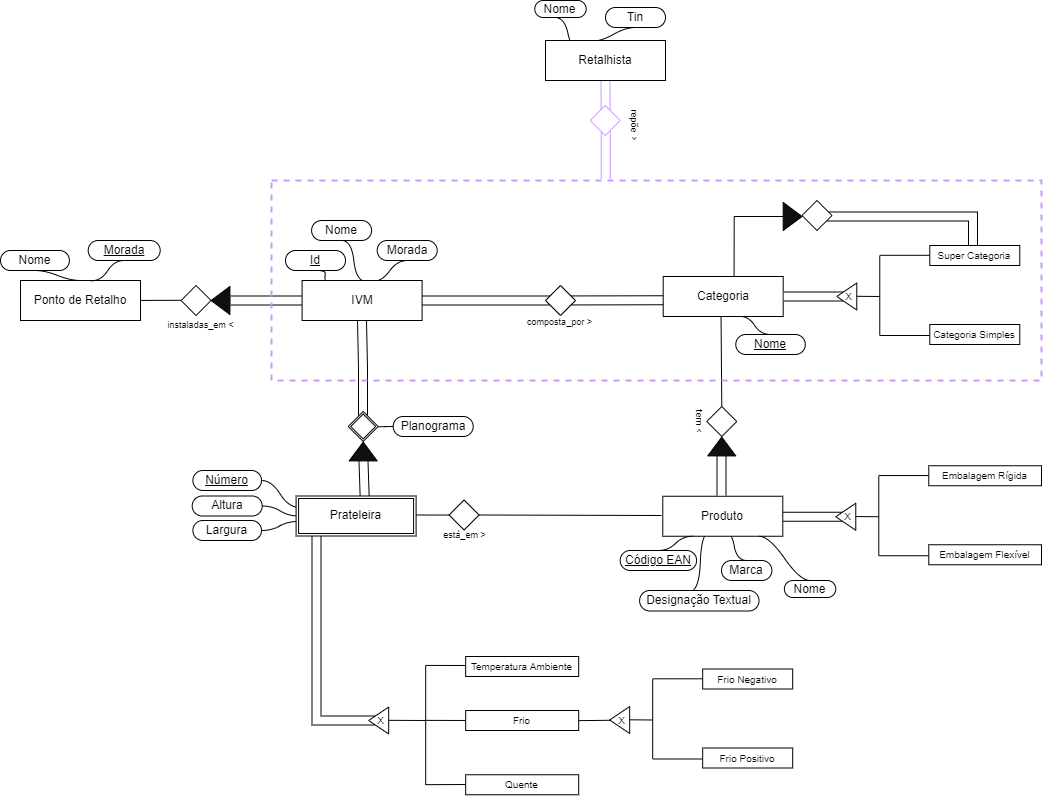
raquelfmcardoso/bd-2021-2022-project0102 keeps this draw.io diagram as Untitled Diagram.drawio.png. Above is the earlier version. Source tidied: cells renumbered, new cells last; positions are measured from the earlier drawing's top-left corner, leaving out a move shared by most shapes.
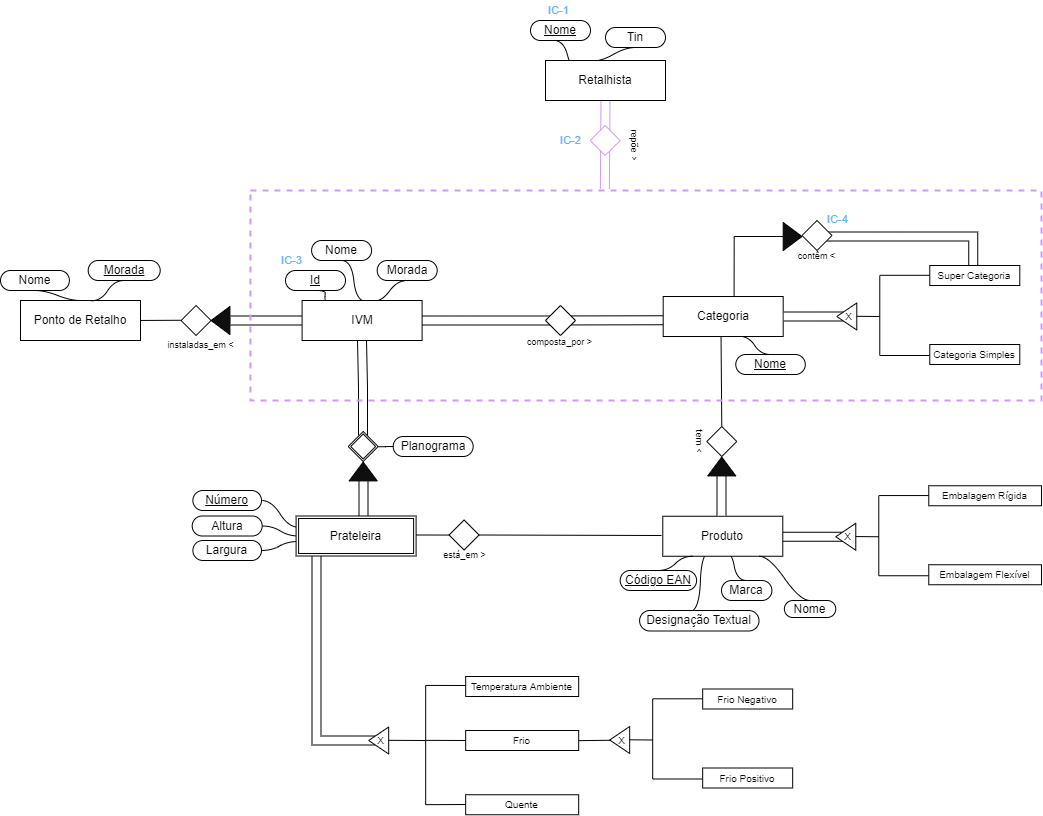
The same diagram one commit later.

Change to the diagram source:
```diff
@@ -2,8 +2,12 @@
   <root>
     <mxCell id="0" />
     <mxCell id="1" parent="0" />
-    <mxCell id="2" style="shape=filledEdge;rounded=0;fixDash=1;endArrow=none;strokeWidth=10;fillColor=#ffffff;edgeStyle=orthogonalEdgeStyle;fontFamily=Helvetica;fontSize=9;strokeColor=#CC99FF;entryX=0.5;entryY=1;entryDx=0;entryDy=0;exitX=0.434;exitY=-0.008;exitDx=0;exitDy=0;exitPerimeter=0;" parent="1" edge="1" source="105" target="104">
-      <mxGeometry relative="1" as="geometry" />
+    <mxCell id="2" style="shape=filledEdge;rounded=0;fixDash=1;endArrow=none;strokeWidth=10;fillColor=#ffffff;edgeStyle=orthogonalEdgeStyle;fontFamily=Helvetica;fontSize=9;strokeColor=#CC99FF;entryX=0.5;entryY=1;entryDx=0;entryDy=0;exitX=0.448;exitY=-0.007;exitDx=0;exitDy=0;exitPerimeter=0;" parent="1" edge="1" source="105" target="104">
+      <mxGeometry relative="1" as="geometry">
+        <Array as="points">
+          <mxPoint x="605" y="169" />
+        </Array>
+      </mxGeometry>
     </mxCell>
     <mxCell id="3" style="edgeStyle=entityRelationEdgeStyle;startArrow=none;endArrow=none;segment=10;curved=1;rounded=0;fontFamily=Helvetica;exitX=0.3;exitY=0.25;exitDx=0;exitDy=0;entryX=0.386;entryY=0.993;entryDx=0;entryDy=0;exitPerimeter=0;entryPerimeter=0;" parent="1" edge="1" source="104" target="106">
       <mxGeometry relative="1" as="geometry" />
@@ -421,10 +425,10 @@
       <mxGeometry x="545" y="40" width="120" height="40" as="geometry" />
     </mxCell>
     <mxCell id="105" style="rounded=0;whiteSpace=wrap;html=1;fontFamily=Helvetica;fontSize=9;fillColor=none;dashed=1;strokeColor=#CC99FF;strokeWidth=2;" parent="1" vertex="1">
-      <mxGeometry x="271" y="180" width="770" height="200" as="geometry" />
+      <mxGeometry x="250" y="170" width="791" height="210" as="geometry" />
     </mxCell>
-    <mxCell id="106" value="Nome" style="whiteSpace=wrap;html=1;rounded=1;arcSize=50;align=center;verticalAlign=middle;strokeWidth=1;spacing=4;newEdgeStyle={&quot;edgeStyle&quot;:&quot;entityRelationEdgeStyle&quot;,&quot;startArrow&quot;:&quot;none&quot;,&quot;endArrow&quot;:&quot;none&quot;,&quot;segment&quot;:10,&quot;curved&quot;:1};fontFamily=Helvetica;" parent="1" vertex="1" collapsed="1">
-      <mxGeometry x="534.3" width="51.4" height="17" as="geometry" />
+    <mxCell id="106" value="&lt;u&gt;Nome&lt;/u&gt;" style="whiteSpace=wrap;html=1;rounded=1;arcSize=50;align=center;verticalAlign=middle;strokeWidth=1;spacing=4;newEdgeStyle={&quot;edgeStyle&quot;:&quot;entityRelationEdgeStyle&quot;,&quot;startArrow&quot;:&quot;none&quot;,&quot;endArrow&quot;:&quot;none&quot;,&quot;segment&quot;:10,&quot;curved&quot;:1};fontFamily=Helvetica;" parent="1" vertex="1" collapsed="1">
+      <mxGeometry x="530" width="60" height="20" as="geometry" />
     </mxCell>
     <mxCell id="107" value="Tin" style="whiteSpace=wrap;html=1;rounded=1;arcSize=50;align=center;verticalAlign=middle;strokeWidth=1;spacing=4;newEdgeStyle={&quot;edgeStyle&quot;:&quot;entityRelationEdgeStyle&quot;,&quot;startArrow&quot;:&quot;none&quot;,&quot;endArrow&quot;:&quot;none&quot;,&quot;segment&quot;:10,&quot;curved&quot;:1};fontFamily=Helvetica;" parent="1" vertex="1" collapsed="1">
       <mxGeometry x="605" y="7" width="60" height="20" as="geometry" />
@@ -435,5 +439,20 @@
     <mxCell id="109" value="repõe &amp;gt;" style="text;html=1;align=center;verticalAlign=middle;strokeColor=none;fillColor=none;fontSize=9;fontFamily=Helvetica;rotation=90;" parent="1" vertex="1">
       <mxGeometry x="609.2" y="115" width="50" height="20" as="geometry" />
     </mxCell>
+    <mxCell id="110" value="&lt;font color=&quot;#66b2ff&quot; style=&quot;font-size: 11px;&quot;&gt;IC-3&lt;/font&gt;" style="text;html=1;align=center;verticalAlign=middle;strokeColor=none;fillColor=none;fontSize=9;fontFamily=Helvetica;" parent="1" vertex="1">
+      <mxGeometry x="270.7" y="230" width="40" height="20" as="geometry" />
+    </mxCell>
+    <mxCell id="111" value="&lt;font color=&quot;#66b2ff&quot; style=&quot;font-size: 11px;&quot;&gt;IC-1&lt;br&gt;&lt;/font&gt;" style="text;html=1;align=center;verticalAlign=middle;strokeColor=none;fillColor=none;fontSize=9;fontFamily=Helvetica;" parent="1" vertex="1">
+      <mxGeometry x="538.2" y="-20" width="40" height="20" as="geometry" />
+    </mxCell>
+    <mxCell id="112" value="&lt;font color=&quot;#010203&quot; style=&quot;font-size: 9px;&quot;&gt;contêm &amp;lt;&lt;/font&gt;" style="text;html=1;align=center;verticalAlign=middle;strokeColor=none;fillColor=none;fontSize=9;fontFamily=Helvetica;fontColor=#66B2FF;" parent="1" vertex="1">
+      <mxGeometry x="791.2" y="226" width="50" height="20" as="geometry" />
+    </mxCell>
+    <mxCell id="113" value="&lt;font color=&quot;#66b2ff&quot; style=&quot;font-size: 11px;&quot;&gt;IC-2&lt;/font&gt;" style="text;html=1;align=center;verticalAlign=middle;strokeColor=none;fillColor=none;fontSize=9;fontFamily=Helvetica;" parent="1" vertex="1">
+      <mxGeometry x="550" y="110" width="40" height="20" as="geometry" />
+    </mxCell>
+    <mxCell id="114" value="&lt;font color=&quot;#66b2ff&quot; style=&quot;font-size: 11px;&quot;&gt;IC-4&lt;/font&gt;" style="text;html=1;align=center;verticalAlign=middle;strokeColor=none;fillColor=none;fontSize=9;fontFamily=Helvetica;" parent="1" vertex="1">
+      <mxGeometry x="817.3" y="189" width="40" height="20" as="geometry" />
+    </mxCell>
   </root>
 </mxGraphModel>
```
